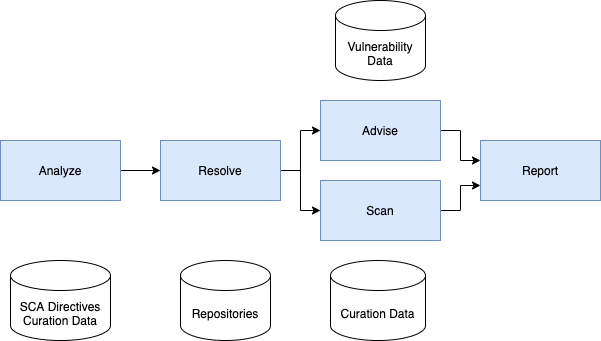
Earlier version of the draw.io export docs/basic-pipeline.png (org-metaeffekt/metaeffekt-examples). Source tidied: cells renumbered, new cells last; positions are measured from the earlier drawing's top-left corner, leaving out a move shared by most shapes. Source of this version:
```xml
<mxGraphModel>
  <root>
    <mxCell id="0" />
    <mxCell id="1" parent="0" />
    <mxCell id="2" style="edgeStyle=orthogonalEdgeStyle;rounded=0;jettySize=auto;html=1;entryX=0;entryY=0.5;entryDx=0;entryDy=0;" parent="1" edge="1" source="3" target="10">
      <mxGeometry relative="1" as="geometry" />
    </mxCell>
    <mxCell id="3" value="Analyze" style="rounded=0;whiteSpace=wrap;html=1;fillColor=#dae8fc;strokeColor=#6c8ebf;" parent="1" vertex="1">
      <mxGeometry y="140" width="120" height="60" as="geometry" />
    </mxCell>
    <mxCell id="4" style="edgeStyle=orthogonalEdgeStyle;rounded=0;jettySize=auto;html=1;entryX=0;entryY=0.333;entryDx=0;entryDy=0;entryPerimeter=0;" parent="1" edge="1" source="5" target="11">
      <mxGeometry relative="1" as="geometry" />
    </mxCell>
    <mxCell id="5" value="Advise" style="rounded=0;whiteSpace=wrap;html=1;fillColor=#dae8fc;strokeColor=#6c8ebf;" parent="1" vertex="1">
      <mxGeometry x="320" y="100" width="120" height="60" as="geometry" />
    </mxCell>
    <mxCell id="6" style="edgeStyle=orthogonalEdgeStyle;rounded=0;jettySize=auto;html=1;entryX=0;entryY=0.75;entryDx=0;entryDy=0;" parent="1" edge="1" source="7" target="11">
      <mxGeometry relative="1" as="geometry" />
    </mxCell>
    <mxCell id="7" value="Scan" style="rounded=0;whiteSpace=wrap;html=1;fillColor=#dae8fc;strokeColor=#6c8ebf;" parent="1" vertex="1">
      <mxGeometry x="320" y="180" width="120" height="60" as="geometry" />
    </mxCell>
    <mxCell id="8" style="edgeStyle=orthogonalEdgeStyle;rounded=0;jettySize=auto;html=1;entryX=0;entryY=0.5;entryDx=0;entryDy=0;" parent="1" edge="1" source="10" target="5">
      <mxGeometry relative="1" as="geometry" />
    </mxCell>
    <mxCell id="9" style="edgeStyle=orthogonalEdgeStyle;rounded=0;jettySize=auto;html=1;" parent="1" edge="1" source="10" target="7">
      <mxGeometry relative="1" as="geometry" />
    </mxCell>
    <mxCell id="10" value="Resolve" style="rounded=0;whiteSpace=wrap;html=1;fillColor=#dae8fc;strokeColor=#6c8ebf;" parent="1" vertex="1">
      <mxGeometry x="160" y="140" width="120" height="60" as="geometry" />
    </mxCell>
    <mxCell id="11" value="Report" style="rounded=0;whiteSpace=wrap;html=1;fillColor=#dae8fc;strokeColor=#6c8ebf;" parent="1" vertex="1">
      <mxGeometry x="480" y="140" width="120" height="60" as="geometry" />
    </mxCell>
    <mxCell id="12" value="SCA Directives&lt;br&gt;Curation Data" style="shape=cylinder3;whiteSpace=wrap;html=1;boundedLbl=1;backgroundOutline=1;size=15;" parent="1" vertex="1">
      <mxGeometry x="10" y="260" width="100" height="80" as="geometry" />
    </mxCell>
    <mxCell id="13" value="Repositories" style="shape=cylinder3;whiteSpace=wrap;html=1;boundedLbl=1;backgroundOutline=1;size=15;" parent="1" vertex="1">
      <mxGeometry x="180" y="260" width="90" height="80" as="geometry" />
    </mxCell>
    <mxCell id="14" value="Vulnerability&lt;br&gt;Data&lt;br&gt;" style="shape=cylinder3;whiteSpace=wrap;html=1;boundedLbl=1;backgroundOutline=1;size=15;" parent="1" vertex="1">
      <mxGeometry x="335" width="90" height="80" as="geometry" />
    </mxCell>
    <mxCell id="15" value="Curation Data" style="shape=cylinder3;whiteSpace=wrap;html=1;boundedLbl=1;backgroundOutline=1;size=15;" parent="1" vertex="1">
      <mxGeometry x="330" y="260" width="95" height="80" as="geometry" />
    </mxCell>
  </root>
</mxGraphModel>
```
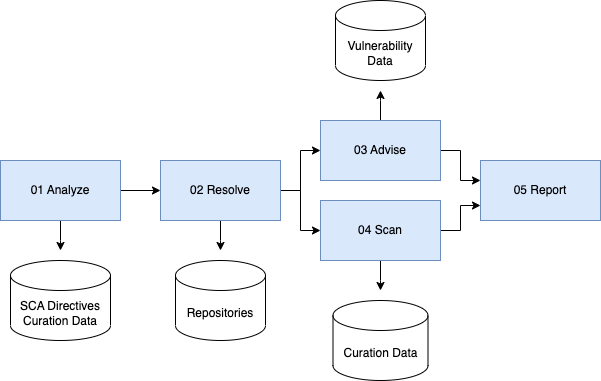
After the change.

What changed in the source:
```diff
@@ -5,19 +5,34 @@
     <mxCell id="2" style="edgeStyle=orthogonalEdgeStyle;rounded=0;jettySize=auto;html=1;entryX=0;entryY=0.5;entryDx=0;entryDy=0;" parent="1" edge="1" source="3" target="10">
       <mxGeometry relative="1" as="geometry" />
     </mxCell>
+    <mxCell id="16" style="edgeStyle=orthogonalEdgeStyle;rounded=0;jettySize=auto;html=1;" parent="1" edge="1" source="3">
+      <mxGeometry relative="1" as="geometry">
+        <mxPoint x="60" y="230" as="targetPoint" />
+      </mxGeometry>
+    </mxCell>
-    <mxCell id="3" value="Analyze" style="rounded=0;whiteSpace=wrap;html=1;fillColor=#dae8fc;strokeColor=#6c8ebf;" parent="1" vertex="1">
+    <mxCell id="3" value="01 Analyze" style="rounded=0;whiteSpace=wrap;html=1;fillColor=#dae8fc;strokeColor=#6c8ebf;" parent="1" vertex="1">
       <mxGeometry y="140" width="120" height="60" as="geometry" />
     </mxCell>
     <mxCell id="4" style="edgeStyle=orthogonalEdgeStyle;rounded=0;jettySize=auto;html=1;entryX=0;entryY=0.333;entryDx=0;entryDy=0;entryPerimeter=0;" parent="1" edge="1" source="5" target="11">
       <mxGeometry relative="1" as="geometry" />
     </mxCell>
+    <mxCell id="17" style="edgeStyle=orthogonalEdgeStyle;rounded=0;jettySize=auto;html=1;" parent="1" edge="1" source="5">
+      <mxGeometry relative="1" as="geometry">
+        <mxPoint x="380" y="70" as="targetPoint" />
+      </mxGeometry>
+    </mxCell>
-    <mxCell id="5" value="Advise" style="rounded=0;whiteSpace=wrap;html=1;fillColor=#dae8fc;strokeColor=#6c8ebf;" parent="1" vertex="1">
+    <mxCell id="5" value="03 Advise" style="rounded=0;whiteSpace=wrap;html=1;fillColor=#dae8fc;strokeColor=#6c8ebf;" parent="1" vertex="1">
       <mxGeometry x="320" y="100" width="120" height="60" as="geometry" />
     </mxCell>
     <mxCell id="6" style="edgeStyle=orthogonalEdgeStyle;rounded=0;jettySize=auto;html=1;entryX=0;entryY=0.75;entryDx=0;entryDy=0;" parent="1" edge="1" source="7" target="11">
       <mxGeometry relative="1" as="geometry" />
     </mxCell>
+    <mxCell id="18" style="edgeStyle=orthogonalEdgeStyle;rounded=0;jettySize=auto;html=1;" parent="1" edge="1" source="7">
+      <mxGeometry relative="1" as="geometry">
+        <mxPoint x="380" y="270" as="targetPoint" />
+      </mxGeometry>
+    </mxCell>
-    <mxCell id="7" value="Scan" style="rounded=0;whiteSpace=wrap;html=1;fillColor=#dae8fc;strokeColor=#6c8ebf;" parent="1" vertex="1">
+    <mxCell id="7" value="04 Scan" style="rounded=0;whiteSpace=wrap;html=1;fillColor=#dae8fc;strokeColor=#6c8ebf;" parent="1" vertex="1">
       <mxGeometry x="320" y="180" width="120" height="60" as="geometry" />
     </mxCell>
     <mxCell id="8" style="edgeStyle=orthogonalEdgeStyle;rounded=0;jettySize=auto;html=1;entryX=0;entryY=0.5;entryDx=0;entryDy=0;" parent="1" edge="1" source="10" target="5">
@@ -26,23 +41,28 @@
     <mxCell id="9" style="edgeStyle=orthogonalEdgeStyle;rounded=0;jettySize=auto;html=1;" parent="1" edge="1" source="10" target="7">
       <mxGeometry relative="1" as="geometry" />
     </mxCell>
+    <mxCell id="19" style="edgeStyle=orthogonalEdgeStyle;rounded=0;jettySize=auto;html=1;" parent="1" edge="1" source="10">
+      <mxGeometry relative="1" as="geometry">
+        <mxPoint x="220" y="230" as="targetPoint" />
+      </mxGeometry>
+    </mxCell>
-    <mxCell id="10" value="Resolve" style="rounded=0;whiteSpace=wrap;html=1;fillColor=#dae8fc;strokeColor=#6c8ebf;" parent="1" vertex="1">
+    <mxCell id="10" value="02 Resolve" style="rounded=0;whiteSpace=wrap;html=1;fillColor=#dae8fc;strokeColor=#6c8ebf;" parent="1" vertex="1">
       <mxGeometry x="160" y="140" width="120" height="60" as="geometry" />
     </mxCell>
-    <mxCell id="11" value="Report" style="rounded=0;whiteSpace=wrap;html=1;fillColor=#dae8fc;strokeColor=#6c8ebf;" parent="1" vertex="1">
+    <mxCell id="11" value="05 Report" style="rounded=0;whiteSpace=wrap;html=1;fillColor=#dae8fc;strokeColor=#6c8ebf;" parent="1" vertex="1">
       <mxGeometry x="480" y="140" width="120" height="60" as="geometry" />
     </mxCell>
     <mxCell id="12" value="SCA Directives&lt;br&gt;Curation Data" style="shape=cylinder3;whiteSpace=wrap;html=1;boundedLbl=1;backgroundOutline=1;size=15;" parent="1" vertex="1">
-      <mxGeometry x="10" y="260" width="100" height="80" as="geometry" />
+      <mxGeometry x="10" y="240" width="100" height="80" as="geometry" />
     </mxCell>
     <mxCell id="13" value="Repositories" style="shape=cylinder3;whiteSpace=wrap;html=1;boundedLbl=1;backgroundOutline=1;size=15;" parent="1" vertex="1">
-      <mxGeometry x="180" y="260" width="90" height="80" as="geometry" />
+      <mxGeometry x="175" y="240" width="90" height="80" as="geometry" />
     </mxCell>
     <mxCell id="14" value="Vulnerability&lt;br&gt;Data&lt;br&gt;" style="shape=cylinder3;whiteSpace=wrap;html=1;boundedLbl=1;backgroundOutline=1;size=15;" parent="1" vertex="1">
-      <mxGeometry x="335" width="90" height="80" as="geometry" />
+      <mxGeometry x="335" y="-20" width="90" height="80" as="geometry" />
     </mxCell>
     <mxCell id="15" value="Curation Data" style="shape=cylinder3;whiteSpace=wrap;html=1;boundedLbl=1;backgroundOutline=1;size=15;" parent="1" vertex="1">
-      <mxGeometry x="330" y="260" width="95" height="80" as="geometry" />
+      <mxGeometry x="332.5" y="280" width="95" height="80" as="geometry" />
     </mxCell>
   </root>
 </mxGraphModel>
```
